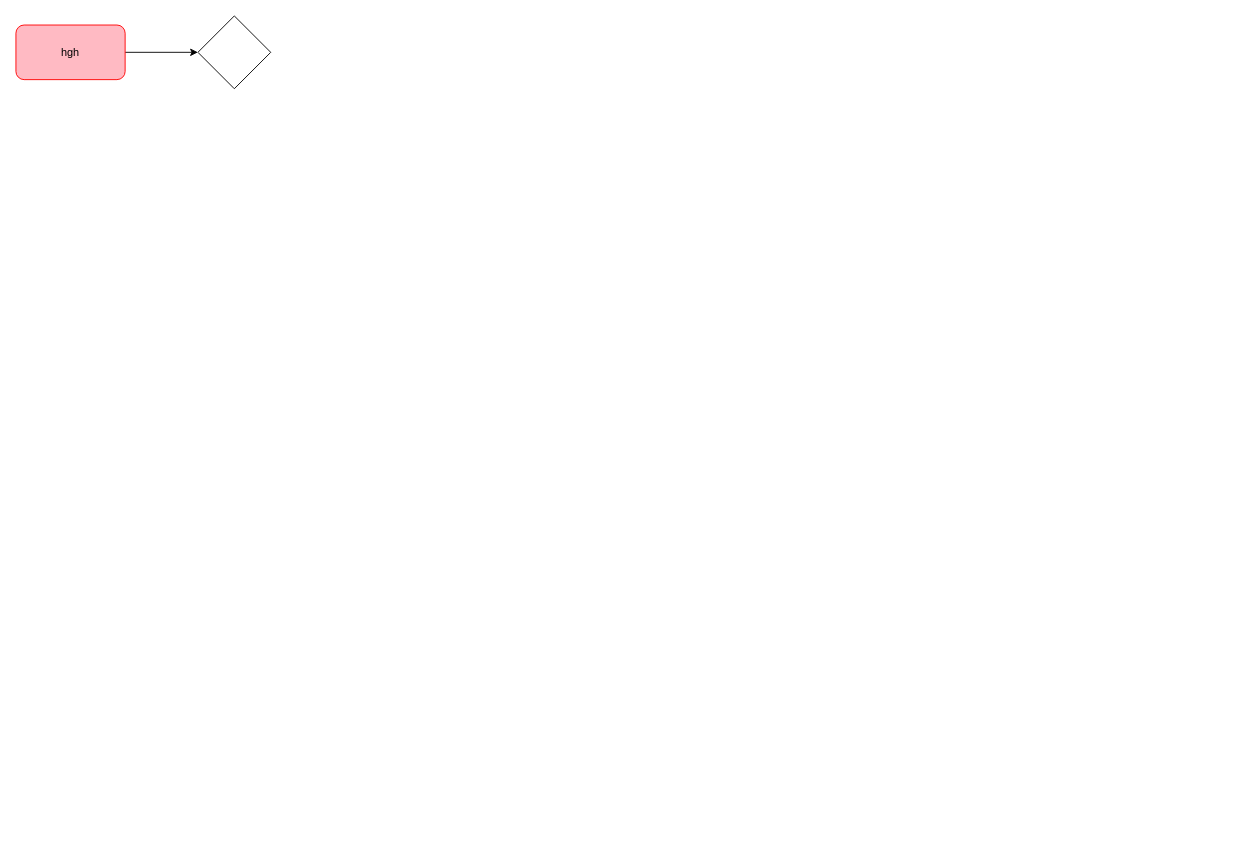
Earlier version of the draw.io diagram Book_Diagrams.drawio (FutureFit-Innovation-Lab/Book). Source tidied: cells renumbered, new cells numbered last; positions are measured from the earlier drawing's top-left corner, leaving out a move shared by most shapes. Both pictures are drawn from the tidied source at 91%, with x=0, y=0 at pixel (15, 15).
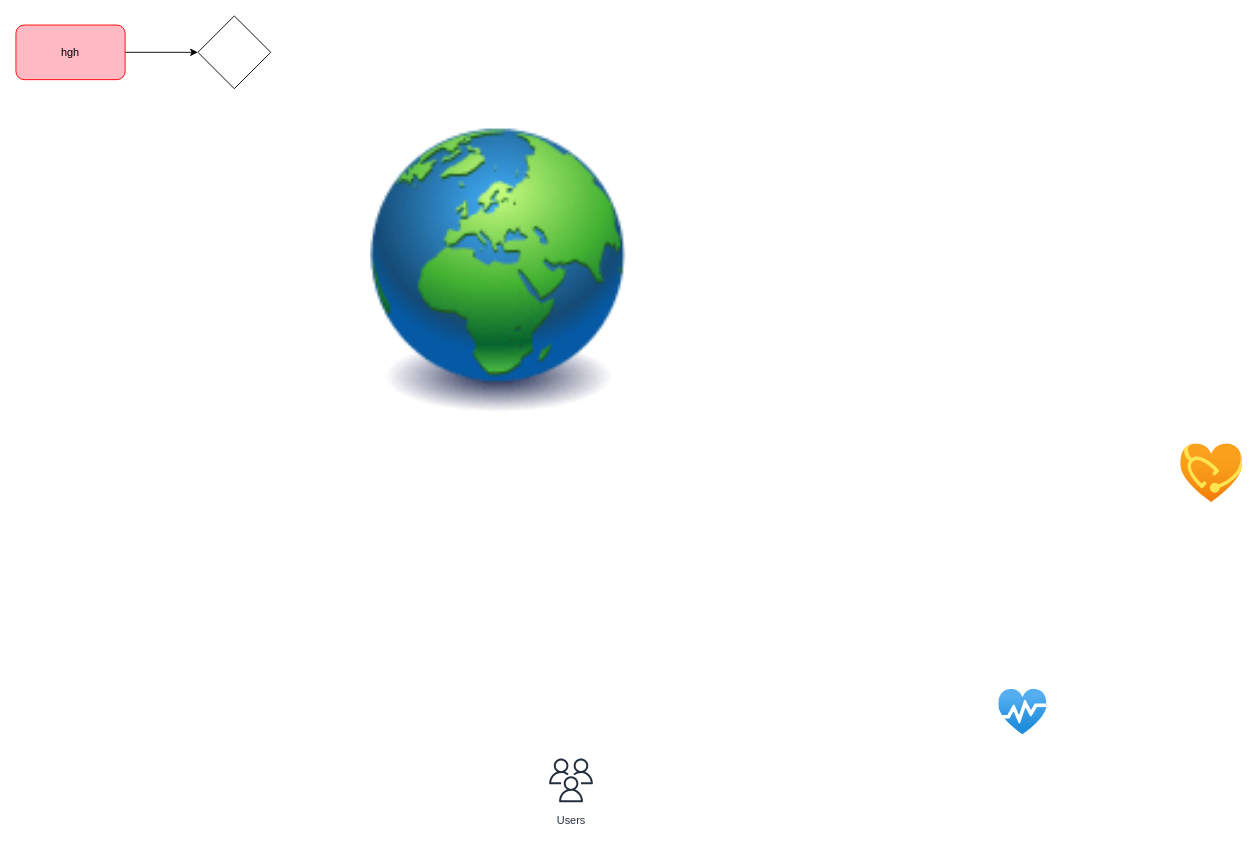
After the change.

What changed in the source:
```diff
@@
 <mxGraphModel>
   <root>
     <mxCell id="0" />
     <mxCell id="1" parent="0" />
     <mxCell id="2" style="edgeStyle=orthogonalEdgeStyle;rounded=0;jettySize=auto;html=1;exitX=1;exitY=0.5;exitDx=0;exitDy=0;entryX=0;entryY=0.5;entryDx=0;entryDy=0;" parent="1" edge="1" source="3" target="4">
       <mxGeometry relative="1" as="geometry" />
     </mxCell>
     <mxCell id="3" value="hgh" style="rounded=1;whiteSpace=wrap;html=1;strokeColor=#FF0000;fillColor=#FFBAC3;" parent="1" vertex="1">
       <mxGeometry y="10" width="120" height="60" as="geometry" />
     </mxCell>
     <mxCell id="4" style="rhombus;whiteSpace=wrap;html=1;" parent="1" vertex="1">
       <mxGeometry x="200" width="80" height="80" as="geometry" />
     </mxCell>
+    <mxCell id="5" style="image;html=1;image=img/lib/clip_art/general/Earth_globe_128x128.png;" parent="1" vertex="1">
+      <mxGeometry x="390" y="100" width="280" height="360" as="geometry" />
+    </mxCell>
+    <mxCell id="6" value="Users" style="sketch=0;fontColor=#232F3E;gradientColor=none;strokeColor=#232F3E;fillColor=#ffffff;dashed=0;verticalLabelPosition=bottom;verticalAlign=top;align=center;html=1;fontSize=12;fontStyle=0;shape=mxgraph.aws4.resourceIcon;resIcon=mxgraph.aws4.users;" parent="1" vertex="1">
+      <mxGeometry x="580" y="810" width="60" height="60" as="geometry" />
+    </mxCell>
+    <mxCell id="7" style="image;html=1;align=center;fontSize=12;image=img/lib/azure2/general/Service_Health.svg;" parent="1" vertex="1">
+      <mxGeometry x="1080" y="740" width="53.1" height="50" as="geometry" />
+    </mxCell>
+    <mxCell id="8" style="image;html=1;align=center;fontSize=12;image=img/lib/azure2/integration/Azure_API_for_FHIR.svg;" parent="1" vertex="1">
+      <mxGeometry x="1280" y="470" width="68" height="65.2" as="geometry" />
+    </mxCell>
   </root>
 </mxGraphModel>
```
